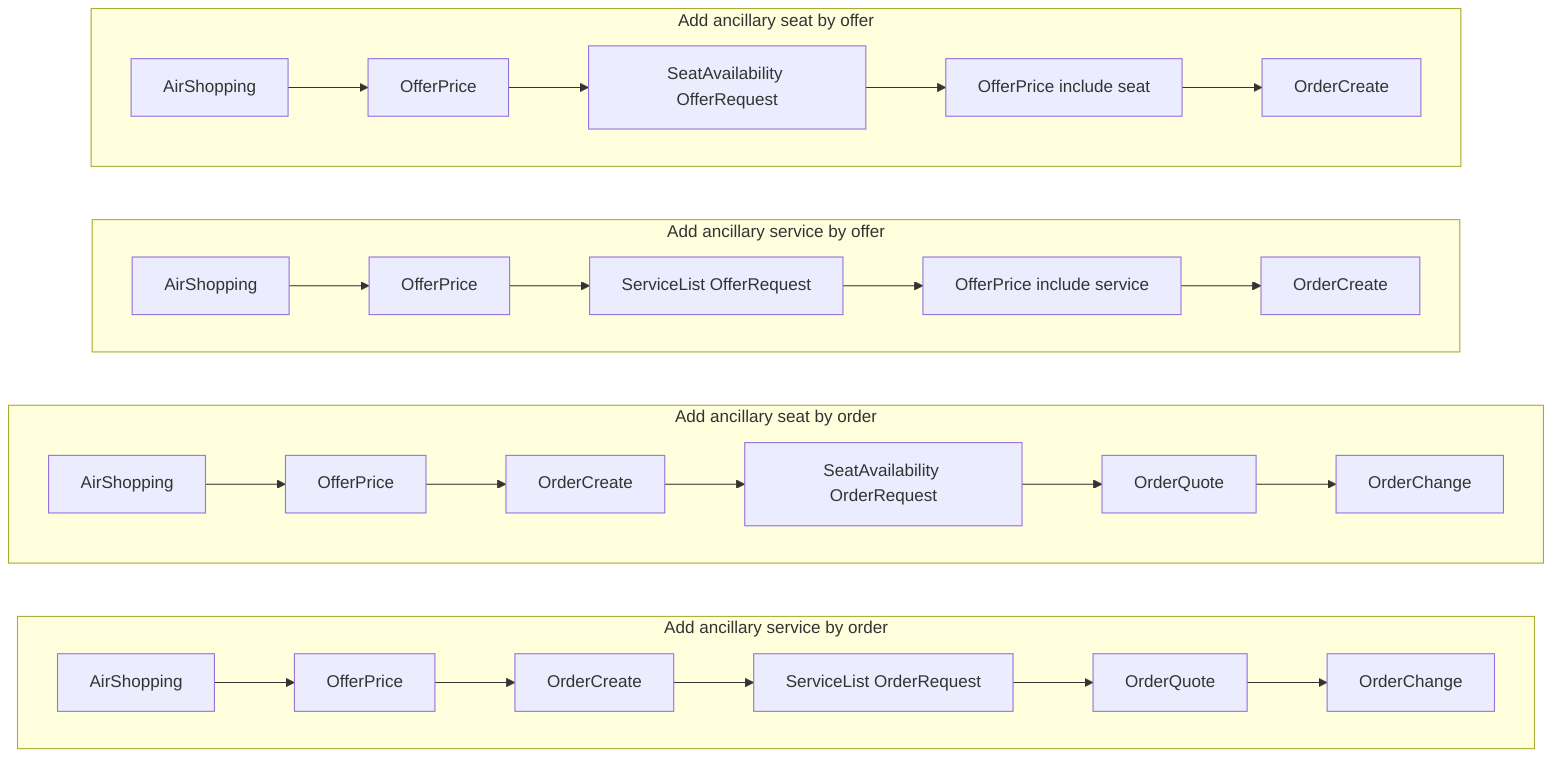
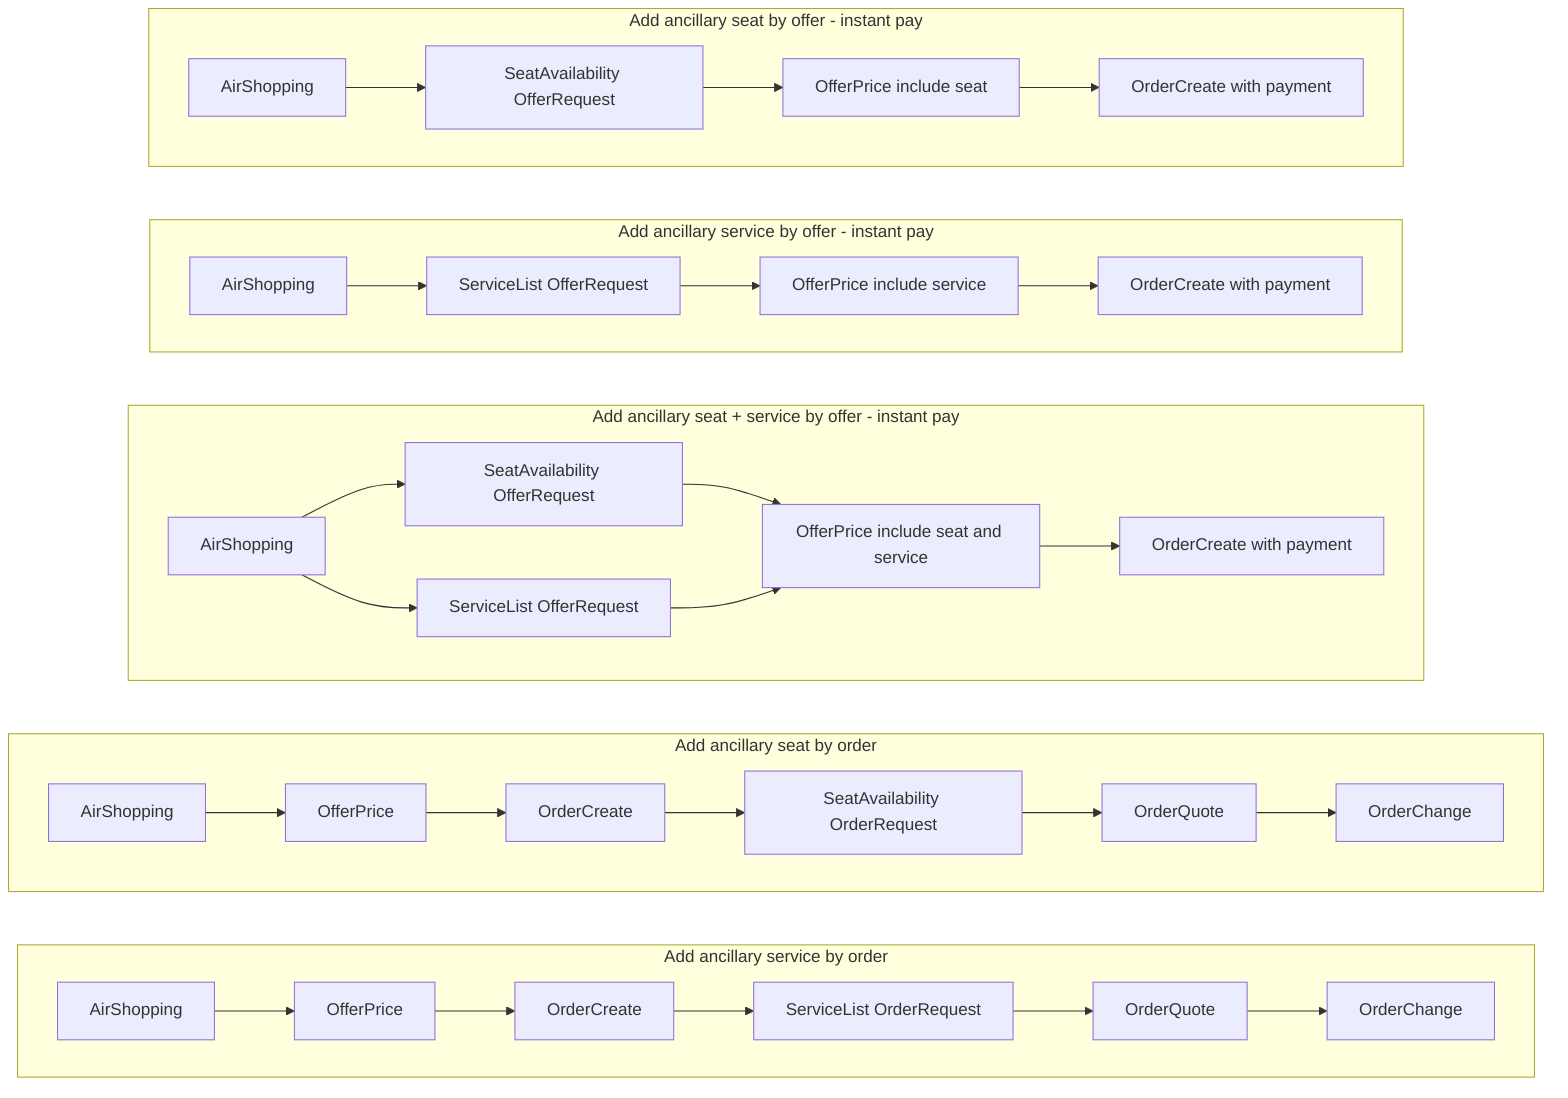
%% NDC Gateway — Phase 2 ancillary add scenario summary (flowchart).
%% Render to assets/ndc/ndc-workflow-phased2.png via mermaid-cli (mmdc).

flowchart TB
-   subgraph seatByOffer [Add ancillary seat by offer]
+   subgraph seatByOffer [Add ancillary seat by offer - instant pay]
    direction LR
-     SO1[AirShopping] --> SO2[OfferPrice] --> SO3[SeatAvailability OfferRequest] --> SO4[OfferPrice include seat] --> SO5[OrderCreate]
+     SO1[AirShopping] --> SO2[SeatAvailability OfferRequest] --> SO3[OfferPrice include seat] --> SO4[OrderCreate with payment]
  end
-   subgraph serviceByOffer [Add ancillary service by offer]
+   subgraph serviceByOffer [Add ancillary service by offer - instant pay]
    direction LR
-     SV1[AirShopping] --> SV2[OfferPrice] --> SV3[ServiceList OfferRequest] --> SV4[OfferPrice include service] --> SV5[OrderCreate]
+     SV1[AirShopping] --> SV2[ServiceList OfferRequest] --> SV3[OfferPrice include service] --> SV4[OrderCreate with payment]
+   end
+   subgraph seatAndServiceByOffer [Add ancillary seat + service by offer - instant pay]
+     direction LR
+     SS1[AirShopping] --> SS2[SeatAvailability OfferRequest]
+     SS1 --> SS3[ServiceList OfferRequest]
+     SS2 --> SS4[OfferPrice include seat and service]
+     SS3 --> SS4
+     SS4 --> SS5[OrderCreate with payment]
  end
  subgraph seatByOrder [Add ancillary seat by order]
    direction LR
    OO1[AirShopping] --> OO2[OfferPrice] --> OO3[OrderCreate] --> OO4[SeatAvailability OrderRequest] --> OO5[OrderQuote] --> OO6[OrderChange]
  end
  subgraph serviceByOrder [Add ancillary service by order]
    direction LR
    OV1[AirShopping] --> OV2[OfferPrice] --> OV3[OrderCreate] --> OV4[ServiceList OrderRequest] --> OV5[OrderQuote] --> OV6[OrderChange]
  end
-   seatByOffer ~~~ serviceByOffer ~~~ seatByOrder ~~~ serviceByOrder
+   seatByOffer ~~~ serviceByOffer ~~~ seatAndServiceByOffer ~~~ seatByOrder ~~~ serviceByOrder
